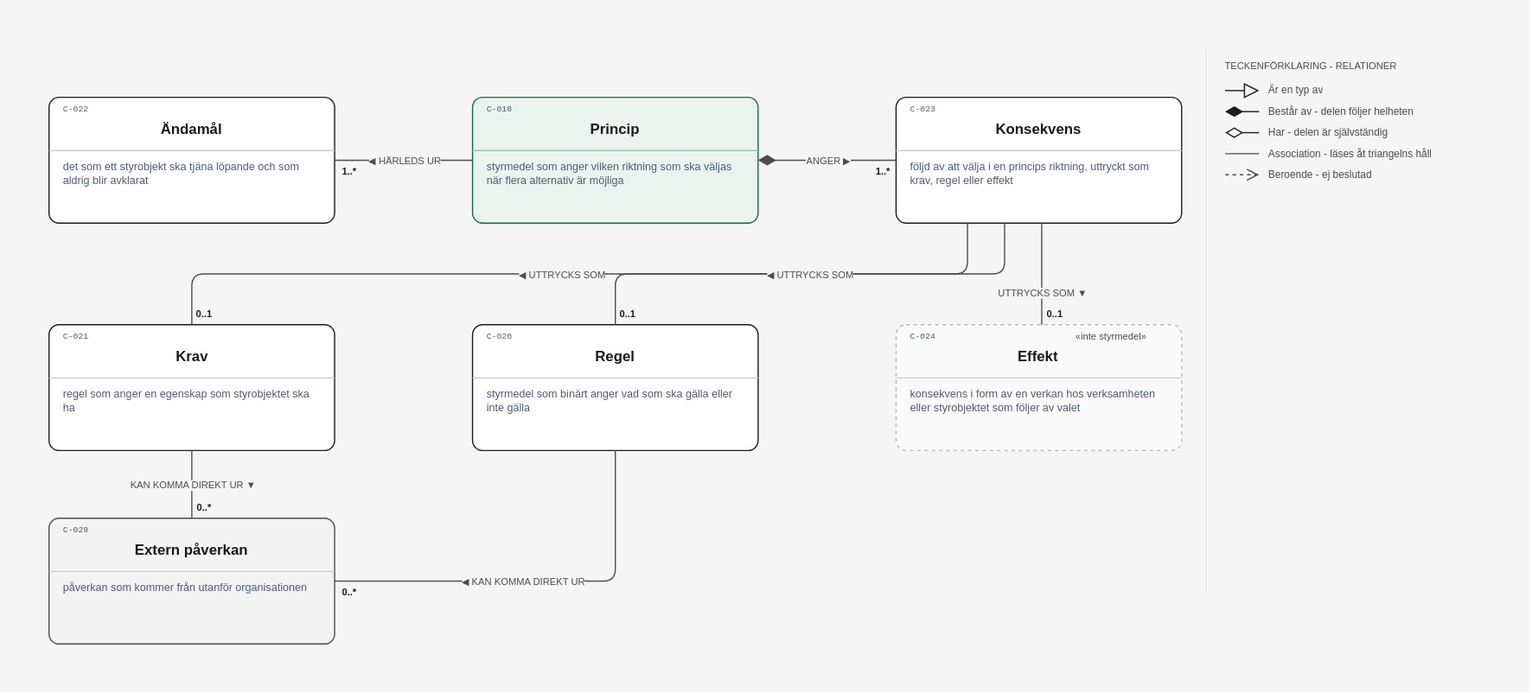
This is layout/Från princip till krav.drawio.svg from nickdin/gestaltadet-katalog, a draw.io export, as it was before one commit. Source tidied: cells renumbered, new cells last; positions are measured from the earlier drawing's top-left corner, leaving out a move shared by most shapes.
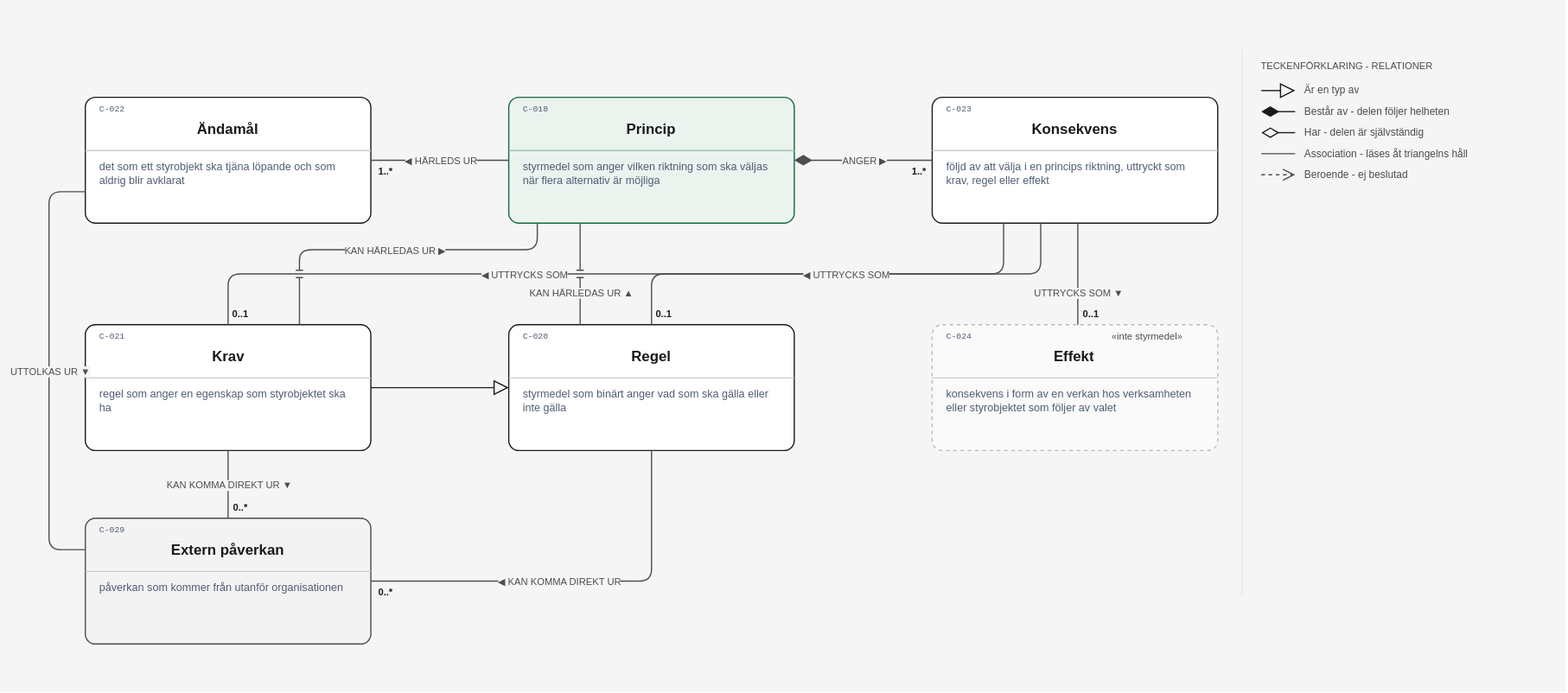
Later version of the same file.

Commit message:
Ritningen Från princip till krav: 0 pilar ändrade, 4 tillagda, 0 borttagna, 5 lämnade för värdering

Tillagt efter lagret: Krav (C-021) är en typ av Regel (C-020); Krav och Regel kan härledas ur Princip (C-018); Ändamål (C-022) uttolkas ur Extern påverkan (C-029). Pilarna kring Konsekvens (C-023) och Regel → Extern påverkan saknar stöd i lagret och står kvar oförändrade tills Nicklas värderat dem.

Stänger #77

Claude-Session: https://claude.ai/code/session_014hgawNBSmezrcKX8vMpay7

Diff of the diagram source:
```diff
@@ -3,7 +3,7 @@
     <mxCell id="0" />
     <mxCell id="1" parent="0" />
     <mxCell id="2" style="rounded=0;whiteSpace=wrap;html=1;fillColor=#f5f5f5;strokeColor=none;" parent="1" vertex="1">
-      <mxGeometry width="1264.3" height="572" as="geometry" />
+      <mxGeometry x="-30" width="1294.3" height="572" as="geometry" />
     </mxCell>
     <mxCell id="3" style="group;" parent="1" vertex="1">
       <mxGeometry x="40" y="80" width="236" height="104" as="geometry" />
@@ -240,7 +240,7 @@
       </mxGeometry>
     </mxCell>
     <mxCell id="66" value="◀ UTTRYCKS SOM" style="edgeLabel;html=1;align=center;verticalAlign=middle;fontFamily=Helvetica;fontSize=8;fontColor=#4d4d4d;fontStyle=0;labelBackgroundColor=#f5f5f5;" parent="64" vertex="1">
-      <mxGeometry x="0.04" relative="1" as="geometry" />
+      <mxGeometry x="0.21" relative="1" as="geometry" />
     </mxCell>
     <mxCell id="67" style="edgeStyle=orthogonalEdgeStyle;rounded=1;html=1;strokeColor=#4d4d4d;strokeWidth=1;endArrow=none;endSize=8;exitX=0.38;exitY=1.0;exitDx=0;exitDy=0;entryX=0.5;entryY=0.0;entryDx=0;entryDy=0;jumpStyle=line;" parent="1" edge="1" source="16" target="28">
       <mxGeometry relative="1" as="geometry" />
@@ -286,5 +286,36 @@
     <mxCell id="78" value="◀ KAN KOMMA DIREKT UR" style="edgeLabel;html=1;align=center;verticalAlign=middle;fontFamily=Helvetica;fontSize=8;fontColor=#4d4d4d;fontStyle=0;labelBackgroundColor=#f5f5f5;" parent="76" vertex="1">
       <mxGeometry x="0.09" relative="1" as="geometry" />
     </mxCell>
+    <mxCell id="79" style="edgeStyle=orthogonalEdgeStyle;rounded=1;html=1;strokeColor=#1a1a1a;strokeWidth=1;endArrow=block;endFill=0;endSize=10;jumpStyle=line;exitX=1;exitY=0.5;exitDx=0;exitDy=0;entryX=0;entryY=0.5;entryDx=0;entryDy=0;" parent="1" edge="1" source="22" target="28">
+      <mxGeometry relative="1" as="geometry" />
+    </mxCell>
+    <mxCell id="80" style="edgeStyle=orthogonalEdgeStyle;rounded=1;html=1;strokeColor=#4d4d4d;strokeWidth=1;endArrow=none;endSize=8;jumpStyle=line;exitX=0.25;exitY=0;exitDx=0;exitDy=0;entryX=0.25;entryY=1;entryDx=0;entryDy=0;" parent="1" edge="1" source="28" target="10">
+      <mxGeometry relative="1" as="geometry" />
+    </mxCell>
+    <mxCell id="81" value="KAN HÄRLEDAS UR ▲" style="edgeLabel;html=1;align=center;verticalAlign=middle;fontFamily=Helvetica;fontSize=8;fontColor=#4d4d4d;fontStyle=0;labelBackgroundColor=#f5f5f5;" parent="80" vertex="1">
+      <mxGeometry x="-0.36" relative="1" as="geometry" />
+    </mxCell>
+    <mxCell id="82" style="edgeStyle=orthogonalEdgeStyle;rounded=1;html=1;strokeColor=#4d4d4d;strokeWidth=1;endArrow=none;endSize=8;jumpStyle=line;exitX=0.75;exitY=0;exitDx=0;exitDy=0;entryX=0.1;entryY=1;entryDx=0;entryDy=0;" parent="1" edge="1" source="22" target="10">
+      <mxGeometry relative="1" as="geometry">
+        <Array as="points">
+          <mxPoint x="217" y="206" />
+          <mxPoint x="413.6" y="206" />
+        </Array>
+      </mxGeometry>
+    </mxCell>
+    <mxCell id="83" value="KAN HÄRLEDAS UR ▶" style="edgeLabel;html=1;align=center;verticalAlign=middle;fontFamily=Helvetica;fontSize=8;fontColor=#4d4d4d;fontStyle=0;labelBackgroundColor=#f5f5f5;" parent="82" vertex="1">
+      <mxGeometry relative="1" as="geometry" />
+    </mxCell>
+    <mxCell id="84" style="edgeStyle=orthogonalEdgeStyle;rounded=1;html=1;strokeColor=#4d4d4d;strokeWidth=1;endArrow=none;endSize=8;jumpStyle=line;exitX=0;exitY=0.75;exitDx=0;exitDy=0;entryX=0;entryY=0.25;entryDx=0;entryDy=0;" parent="1" edge="1" source="4" target="41">
+      <mxGeometry relative="1" as="geometry">
+        <Array as="points">
+          <mxPoint x="10" y="158" />
+          <mxPoint x="10" y="454" />
+        </Array>
+      </mxGeometry>
+    </mxCell>
+    <mxCell id="85" value="UTTOLKAS UR ▼" style="edgeLabel;html=1;align=center;verticalAlign=middle;fontFamily=Helvetica;fontSize=8;fontColor=#4d4d4d;fontStyle=0;labelBackgroundColor=#f5f5f5;" parent="84" vertex="1">
+      <mxGeometry relative="1" as="geometry" />
+    </mxCell>
   </root>
 </mxGraphModel>
```
